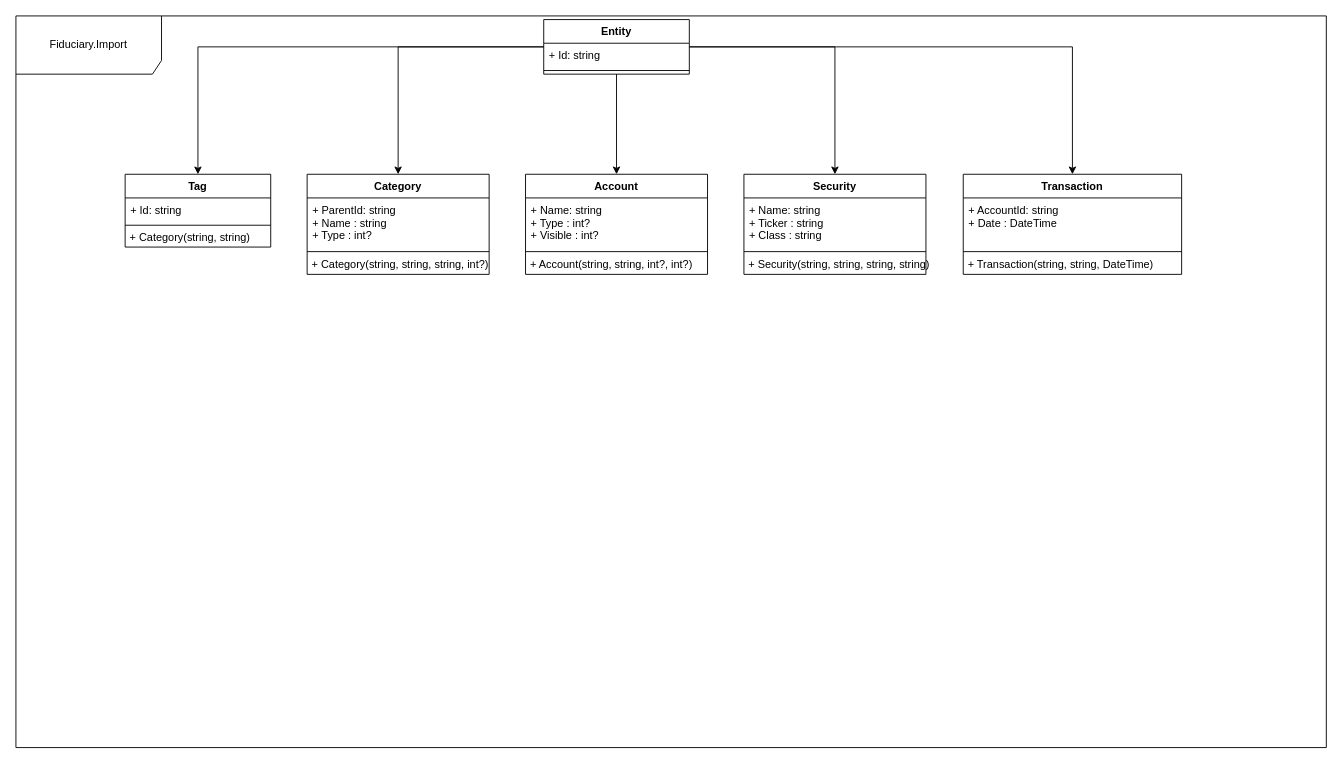
KovalevichArtjom/rovensys keeps this draw.io diagram as Untitled Diagram.drawio. Above is the earlier version. Source tidied: cells renumbered, new cells numbered last; positions are measured from the earlier drawing's top-left corner, leaving out a move shared by most shapes. Both pictures are drawn from the tidied source at 91%, with x=0, y=0 at pixel (15, 15).
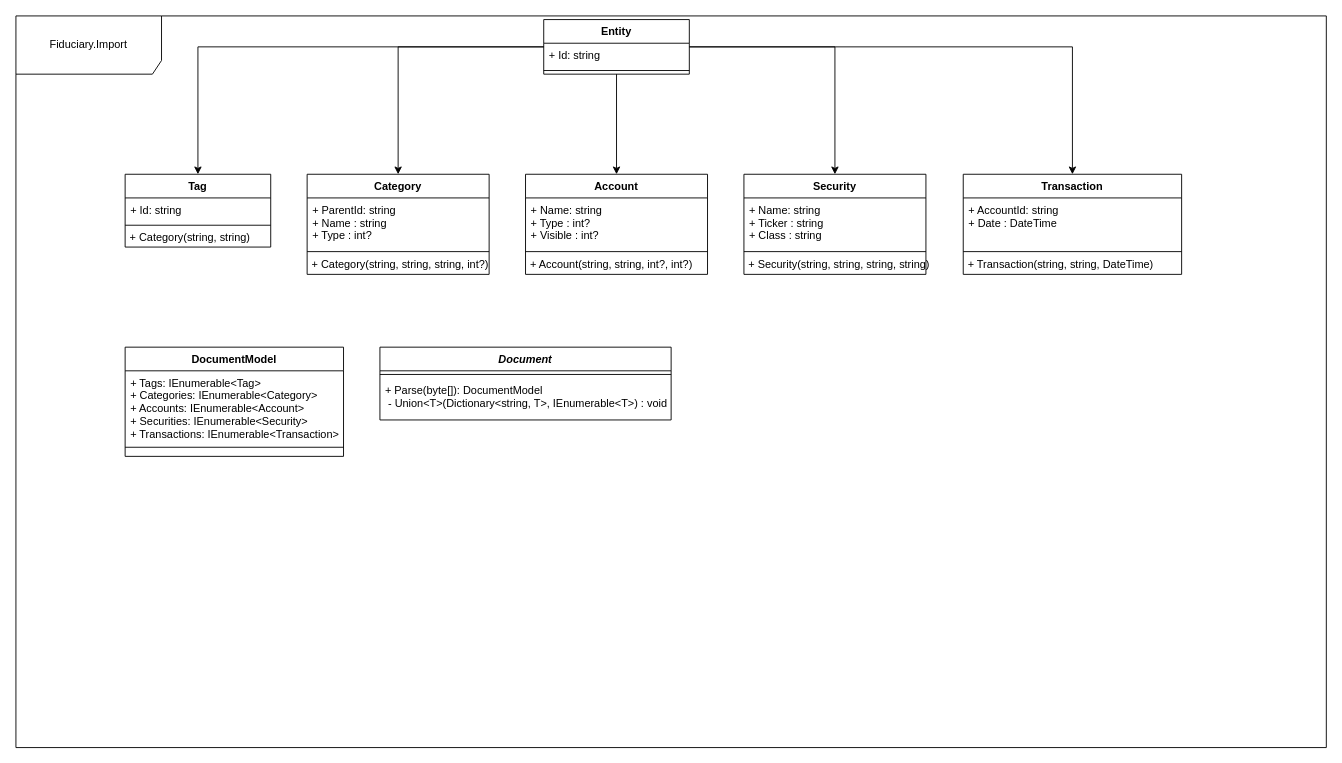
The same page after the edit.

What changed in the source:
```diff
@@
+    <mxCell id="31" value="DocumentModel" style="swimlane;fontStyle=1;align=center;verticalAlign=top;horizontal=1;startSize=26;" parent="1" vertex="1">
+      <mxGeometry x="120" y="364" width="240" height="120" as="geometry" />
+    </mxCell>
+    <mxCell id="32" value="+ Tags: IEnumerable&lt;Tag&gt;&#10;+ Categories: IEnumerable&lt;Category&gt;&#10;+ Accounts: IEnumerable&lt;Account&gt;&#10;+ Securities: IEnumerable&lt;Security&gt;&#10;+ Transactions: IEnumerable&lt;Transaction&gt;" style="text;strokeColor=none;fillColor=none;align=left;verticalAlign=top;spacingLeft=4;spacingRight=4;overflow=hidden;" parent="31" vertex="1">
+      <mxGeometry y="26" width="240" height="74" as="geometry" />
+    </mxCell>
+    <mxCell id="33" style="line;strokeWidth=1;fillColor=none;align=left;verticalAlign=middle;spacingTop=-1;spacingLeft=3;spacingRight=3;labelPosition=right;" parent="31" vertex="1">
+      <mxGeometry y="100" width="240" height="20" as="geometry" />
+    </mxCell>
+    <mxCell id="34" value="Document" style="swimlane;fontStyle=3;align=center;verticalAlign=top;horizontal=1;startSize=26;" parent="1" vertex="1">
+      <mxGeometry x="400" y="364" width="320" height="80" as="geometry" />
+    </mxCell>
+    <mxCell id="35" style="line;strokeWidth=1;fillColor=none;align=left;verticalAlign=middle;spacingTop=-1;spacingLeft=3;spacingRight=3;labelPosition=right;" parent="34" vertex="1">
+      <mxGeometry y="26" width="320" height="8" as="geometry" />
+    </mxCell>
+    <mxCell id="36" value="+ Parse(byte[]): DocumentModel&#10; - Union&lt;T&gt;(Dictionary&lt;string, T&gt;, IEnumerable&lt;T&gt;) : void" style="text;strokeColor=none;fillColor=none;align=left;verticalAlign=top;spacingLeft=4;spacingRight=4;overflow=hidden;" parent="34" vertex="1">
+      <mxGeometry y="34" width="320" height="46" as="geometry" />
+    </mxCell>
```
